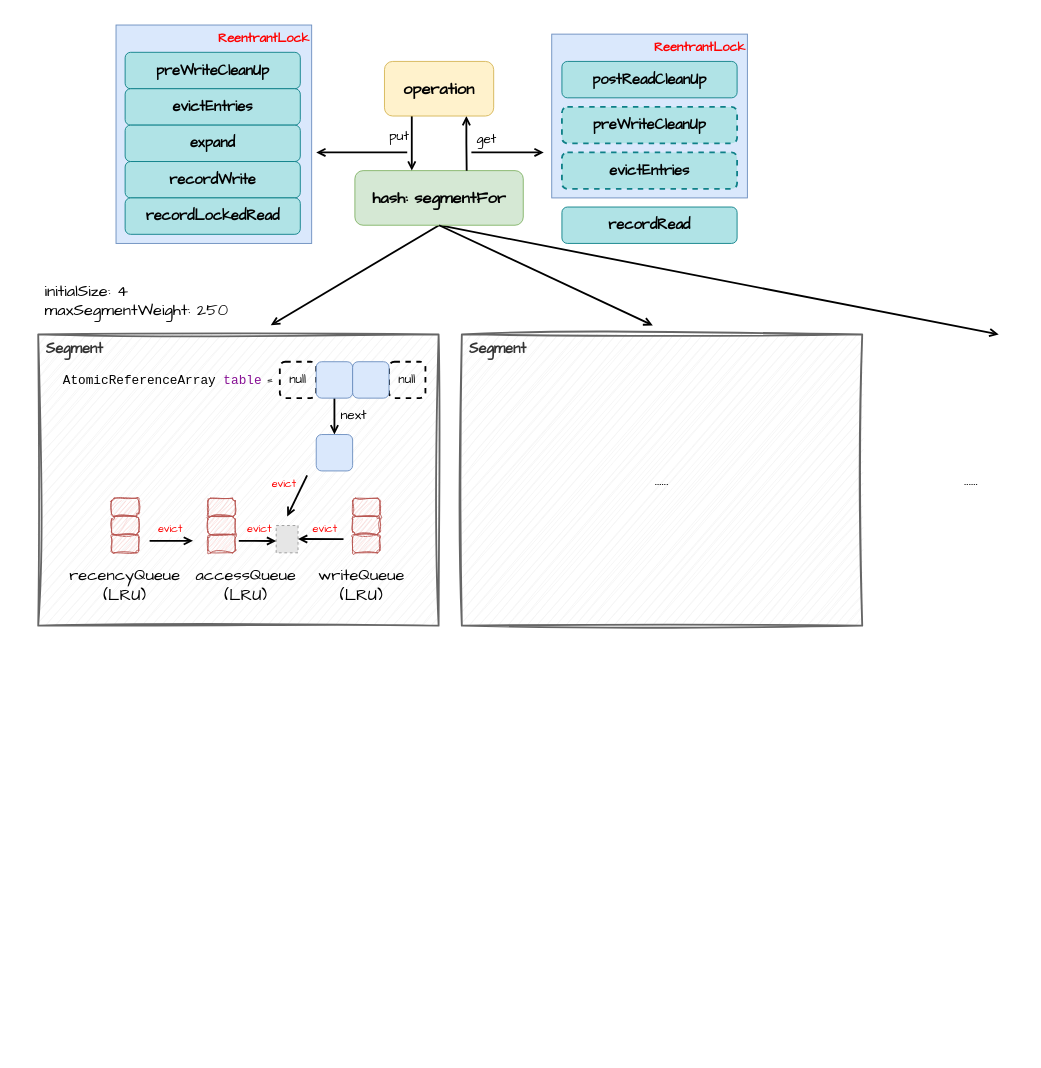
Before: src/main/resources/guavachache/guavacache.drawio in FangYuan33/how-much-do-you-know-about-cache, a draw.io diagram. Source tidied: cells renumbered, new cells numbered last; positions are measured from the earlier drawing's top-left corner, leaving out a move shared by most shapes. Both pictures are drawn from the tidied source at 91%, with x=0, y=0 at pixel (15, 15). Pictures stored in the file or linked from it are replaced by grey dashed boxes.
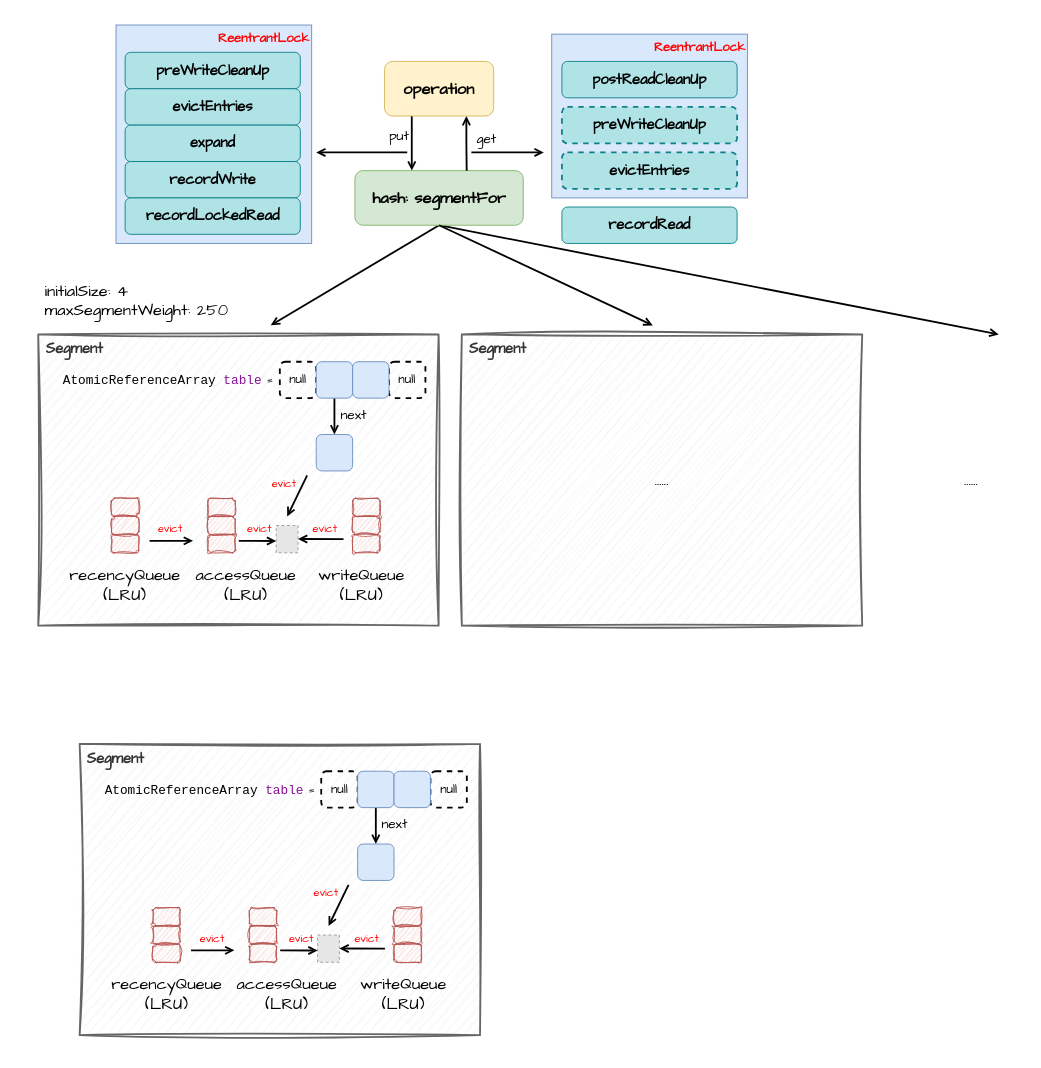
After the change.

Diff of the diagram source:
```diff
@@
+    <mxCell id="59" style="rounded=0;whiteSpace=wrap;html=1;strokeColor=none;" parent="1" vertex="1">
+      <mxGeometry x="50" y="790" width="480" height="350" as="geometry" />
+    </mxCell>
@@
+    <mxCell id="60" value="&lt;font style=&quot;font-size: 16px;&quot; face=&quot;Comic Sans MS&quot;&gt;&lt;b&gt;&amp;nbsp;Segment&lt;/b&gt;&lt;/font&gt;" style="rounded=0;whiteSpace=wrap;html=1;strokeWidth=2;fillColor=#f5f5f5;verticalAlign=top;align=left;strokeColor=#666666;sketch=1;curveFitting=1;jiggle=2;fontColor=#333333;" parent="1" vertex="1">
+      <mxGeometry x="70" y="800" width="440" height="320" as="geometry" />
+    </mxCell>
+    <mxCell id="61" style="rounded=1;whiteSpace=wrap;html=1;fillColor=#f8cecc;strokeColor=#b85450;sketch=1;curveFitting=1;jiggle=2;" parent="1" vertex="1">
+      <mxGeometry x="150.5" y="980" width="30" height="20" as="geometry" />
+    </mxCell>
+    <mxCell id="62" style="rounded=1;whiteSpace=wrap;html=1;fillColor=#f8cecc;strokeColor=#b85450;sketch=1;curveFitting=1;jiggle=2;" parent="1" vertex="1">
+      <mxGeometry x="150.5" y="1000" width="30" height="20" as="geometry" />
+    </mxCell>
+    <mxCell id="63" style="rounded=1;whiteSpace=wrap;html=1;fillColor=#f8cecc;strokeColor=#b85450;sketch=1;curveFitting=1;jiggle=2;" parent="1" vertex="1">
+      <mxGeometry x="150.5" y="1020" width="30" height="20" as="geometry" />
+    </mxCell>
+    <mxCell id="64" value="&lt;font face=&quot;Comic Sans MS&quot; style=&quot;font-size: 18px;&quot;&gt;recencyQueue&lt;/font&gt;&lt;div&gt;&lt;font face=&quot;Comic Sans MS&quot; style=&quot;font-size: 18px;&quot;&gt;(LRU)&lt;/font&gt;&lt;/div&gt;" style="text;html=1;strokeColor=none;fillColor=none;align=center;verticalAlign=middle;whiteSpace=wrap;rounded=0;" parent="1" vertex="1">
+      <mxGeometry x="105.5" y="1060" width="120" height="30" as="geometry" />
+    </mxCell>
+    <mxCell id="65" style="rounded=1;whiteSpace=wrap;html=1;fillColor=#f8cecc;strokeColor=#b85450;sketch=1;curveFitting=1;jiggle=2;" parent="1" vertex="1">
+      <mxGeometry x="256.5" y="980" width="30" height="20" as="geometry" />
+    </mxCell>
+    <mxCell id="66" style="rounded=1;whiteSpace=wrap;html=1;fillColor=#f8cecc;strokeColor=#b85450;sketch=1;curveFitting=1;jiggle=2;" parent="1" vertex="1">
+      <mxGeometry x="256.5" y="1000" width="30" height="20" as="geometry" />
+    </mxCell>
+    <mxCell id="67" style="rounded=1;whiteSpace=wrap;html=1;fillColor=#f8cecc;strokeColor=#b85450;sketch=1;curveFitting=1;jiggle=2;" parent="1" vertex="1">
+      <mxGeometry x="256.5" y="1020" width="30" height="20" as="geometry" />
+    </mxCell>
+    <mxCell id="68" value="&lt;font face=&quot;Comic Sans MS&quot; style=&quot;font-size: 18px;&quot;&gt;writeQueue&lt;/font&gt;&lt;div&gt;&lt;font face=&quot;Comic Sans MS&quot; style=&quot;font-size: 18px;&quot;&gt;(LRU)&lt;/font&gt;&lt;/div&gt;" style="text;html=1;strokeColor=none;fillColor=none;align=center;verticalAlign=middle;whiteSpace=wrap;rounded=0;" parent="1" vertex="1">
+      <mxGeometry x="365.5" y="1060" width="120" height="30" as="geometry" />
+    </mxCell>
+    <mxCell id="69" style="rounded=1;whiteSpace=wrap;html=1;fillColor=#f8cecc;strokeColor=#b85450;sketch=1;curveFitting=1;jiggle=2;" parent="1" vertex="1">
+      <mxGeometry x="415.5" y="980" width="30" height="20" as="geometry" />
+    </mxCell>
+    <mxCell id="70" style="rounded=1;whiteSpace=wrap;html=1;fillColor=#f8cecc;strokeColor=#b85450;sketch=1;curveFitting=1;jiggle=2;" parent="1" vertex="1">
+      <mxGeometry x="415.5" y="1000" width="30" height="20" as="geometry" />
+    </mxCell>
+    <mxCell id="71" style="rounded=1;whiteSpace=wrap;html=1;fillColor=#f8cecc;strokeColor=#b85450;sketch=1;curveFitting=1;jiggle=2;" parent="1" vertex="1">
+      <mxGeometry x="415.5" y="1020" width="30" height="20" as="geometry" />
+    </mxCell>
+    <mxCell id="72" value="&lt;font face=&quot;Comic Sans MS&quot; style=&quot;font-size: 18px;&quot;&gt;accessQueue&lt;/font&gt;&lt;div&gt;&lt;font face=&quot;Comic Sans MS&quot; style=&quot;font-size: 18px;&quot;&gt;(LRU)&lt;/font&gt;&lt;/div&gt;" style="text;html=1;strokeColor=none;fillColor=none;align=center;verticalAlign=middle;whiteSpace=wrap;rounded=0;" parent="1" vertex="1">
+      <mxGeometry x="238" y="1060" width="120" height="30" as="geometry" />
+    </mxCell>
+    <mxCell id="73" value="&lt;font style=&quot;font-size: 14px;&quot; face=&quot;Comic Sans MS&quot;&gt;null&lt;/font&gt;" style="rounded=1;whiteSpace=wrap;html=1;fillColor=none;align=center;verticalAlign=middle;strokeWidth=2;dashed=1;" parent="1" vertex="1">
+      <mxGeometry x="335.5" y="830" width="40" height="40" as="geometry" />
+    </mxCell>
+    <mxCell id="74" value="&lt;div&gt;&lt;font style=&quot;font-size: 14px;&quot;&gt;&lt;span style=&quot;font-family: &amp;quot;JetBrains Mono&amp;quot;, monospace;&quot;&gt;AtomicReferenceArray&lt;/span&gt;&lt;span style=&quot;color: rgb(8, 8, 8); font-family: &amp;quot;JetBrains Mono&amp;quot;, monospace;&quot;&gt;&amp;nbsp;&lt;/span&gt;&lt;span style=&quot;color: rgb(135, 16, 148); font-family: &amp;quot;JetBrains Mono&amp;quot;, monospace;&quot;&gt;table&lt;/span&gt;&lt;span style=&quot;text-align: center; font-family: &amp;quot;Comic Sans MS&amp;quot;;&quot;&gt;&amp;nbsp;=&amp;nbsp;&lt;/span&gt;&lt;/font&gt;&lt;/div&gt;" style="text;html=1;strokeColor=none;fillColor=none;align=left;verticalAlign=middle;whiteSpace=wrap;rounded=0;labelBackgroundColor=none;" parent="1" vertex="1">
+      <mxGeometry x="95.5" y="820" width="230" height="60" as="geometry" />
+    </mxCell>
+    <mxCell id="75" style="edgeStyle=orthogonalEdgeStyle;shape=connector;rounded=0;jettySize=auto;html=1;exitX=0.5;exitY=1;exitDx=0;exitDy=0;strokeColor=default;strokeWidth=2;align=center;verticalAlign=middle;fontFamily=Helvetica;fontSize=11;fontColor=default;labelBackgroundColor=default;endArrow=open;endFill=0;" parent="1" edge="1" source="77" target="78">
+      <mxGeometry relative="1" as="geometry" />
+    </mxCell>
+    <mxCell id="76" value="&lt;span&gt;&lt;font style=&quot;font-size: 15px;&quot; face=&quot;Comic Sans MS&quot;&gt;next&lt;/font&gt;&lt;/span&gt;" style="edgeLabel;html=1;align=center;verticalAlign=middle;fontFamily=Helvetica;fontSize=11;fontColor=default;labelBackgroundColor=none;" parent="75" vertex="1">
+      <mxGeometry x="-0.15" y="2" relative="1" as="geometry">
+        <mxPoint x="18" as="offset" />
+      </mxGeometry>
+    </mxCell>
+    <mxCell id="77" style="rounded=1;whiteSpace=wrap;html=1;fillColor=#dae8fc;strokeColor=#6c8ebf;align=center;verticalAlign=middle;" parent="1" vertex="1">
+      <mxGeometry x="375.5" y="830" width="40" height="40" as="geometry" />
+    </mxCell>
+    <mxCell id="78" style="rounded=1;whiteSpace=wrap;html=1;fillColor=#dae8fc;strokeColor=#6c8ebf;align=center;verticalAlign=middle;" parent="1" vertex="1">
+      <mxGeometry x="375.5" y="910" width="40" height="40" as="geometry" />
+    </mxCell>
+    <mxCell id="79" value="&lt;span style=&quot;font-family: &amp;quot;Comic Sans MS&amp;quot;; font-size: 14px;&quot;&gt;null&lt;/span&gt;" style="rounded=1;whiteSpace=wrap;html=1;fillColor=none;align=center;verticalAlign=middle;strokeWidth=2;dashed=1;" parent="1" vertex="1">
+      <mxGeometry x="455.5" y="830" width="40" height="40" as="geometry" />
+    </mxCell>
+    <mxCell id="80" style="rounded=1;whiteSpace=wrap;html=1;fillColor=#dae8fc;strokeColor=#6c8ebf;align=center;verticalAlign=middle;" parent="1" vertex="1">
+      <mxGeometry x="415.5" y="830" width="40" height="40" as="geometry" />
+    </mxCell>
+    <mxCell id="81" style="fillColor=#E6E6E6;strokeColor=#999999;dashed=1;verticalLabelPosition=bottom;labelBackgroundColor=default;verticalAlign=top;" parent="1" vertex="1">
+      <mxGeometry x="331.5" y="1010" width="24" height="30" as="geometry" />
+    </mxCell>
+    <mxCell id="82" value="&lt;font color=&quot;#ff0000&quot; style=&quot;font-size: 12px;&quot; face=&quot;Comic Sans MS&quot;&gt;evict&lt;/font&gt;" style="text;html=1;strokeColor=none;fillColor=none;align=center;verticalAlign=middle;whiteSpace=wrap;rounded=0;fontFamily=Helvetica;fontSize=11;fontColor=default;labelBackgroundColor=default;" parent="1" vertex="1">
+      <mxGeometry x="283.5" y="1000" width="60" height="30" as="geometry" />
+    </mxCell>
+    <mxCell id="83" style="edgeStyle=none;shape=connector;rounded=0;jettySize=auto;html=1;strokeColor=default;strokeWidth=2;align=center;verticalAlign=middle;fontFamily=Helvetica;fontSize=11;fontColor=default;labelBackgroundColor=default;endArrow=open;endFill=0;exitX=0.115;exitY=0.897;exitDx=0;exitDy=0;exitPerimeter=0;" parent="1" edge="1" source="82">
+      <mxGeometry relative="1" as="geometry">
+        <mxPoint x="331.5" y="1027" as="targetPoint" />
+      </mxGeometry>
+    </mxCell>
+    <mxCell id="84" value="&lt;font color=&quot;#ff0000&quot; style=&quot;font-size: 12px;&quot; face=&quot;Comic Sans MS&quot;&gt;evict&lt;/font&gt;" style="text;html=1;strokeColor=none;fillColor=none;align=center;verticalAlign=middle;whiteSpace=wrap;rounded=0;fontFamily=Helvetica;fontSize=11;fontColor=default;labelBackgroundColor=default;" parent="1" vertex="1">
+      <mxGeometry x="185.5" y="1000" width="60" height="30" as="geometry" />
+    </mxCell>
+    <mxCell id="85" style="edgeStyle=none;shape=connector;rounded=0;orthogonalLoop=1;jettySize=auto;html=1;strokeColor=default;strokeWidth=2;align=center;verticalAlign=middle;fontFamily=Helvetica;fontSize=11;fontColor=default;labelBackgroundColor=default;endArrow=open;endFill=0;exitX=0.115;exitY=0.897;exitDx=0;exitDy=0;exitPerimeter=0;entryX=0.91;entryY=0.893;entryDx=0;entryDy=0;entryPerimeter=0;" parent="1" edge="1" source="84" target="84">
+      <mxGeometry relative="1" as="geometry" />
+    </mxCell>
+    <mxCell id="86" style="edgeStyle=none;shape=connector;rounded=0;orthogonalLoop=1;jettySize=auto;html=1;strokeColor=default;strokeWidth=2;align=center;verticalAlign=middle;fontFamily=Helvetica;fontSize=11;fontColor=default;labelBackgroundColor=default;endArrow=none;endFill=0;exitX=0.115;exitY=0.897;exitDx=0;exitDy=0;exitPerimeter=0;startArrow=open;startFill=0;" parent="1" edge="1">
+      <mxGeometry relative="1" as="geometry">
+        <mxPoint x="355.5" y="1024.8" as="sourcePoint" />
+        <mxPoint x="405.5" y="1025" as="targetPoint" />
+      </mxGeometry>
+    </mxCell>
+    <mxCell id="87" value="&lt;font color=&quot;#ff0000&quot; style=&quot;font-size: 12px;&quot; face=&quot;Comic Sans MS&quot;&gt;evict&lt;/font&gt;" style="text;html=1;strokeColor=none;fillColor=none;align=center;verticalAlign=middle;whiteSpace=wrap;rounded=0;fontFamily=Helvetica;fontSize=11;fontColor=default;labelBackgroundColor=default;" parent="1" vertex="1">
+      <mxGeometry x="355.5" y="1000" width="60" height="30" as="geometry" />
+    </mxCell>
+    <mxCell id="88" style="edgeStyle=none;shape=connector;rounded=0;orthogonalLoop=1;jettySize=auto;html=1;strokeColor=default;strokeWidth=2;align=center;verticalAlign=middle;fontFamily=Helvetica;fontSize=11;fontColor=default;labelBackgroundColor=default;endArrow=open;endFill=0;" parent="1" edge="1">
+      <mxGeometry relative="1" as="geometry">
+        <mxPoint x="365.5" y="955" as="sourcePoint" />
+        <mxPoint x="343.6" y="1000" as="targetPoint" />
+      </mxGeometry>
+    </mxCell>
+    <mxCell id="89" value="&lt;font color=&quot;#ff0000&quot; style=&quot;font-size: 12px;&quot; face=&quot;Comic Sans MS&quot;&gt;evict&lt;/font&gt;" style="text;html=1;strokeColor=none;fillColor=none;align=center;verticalAlign=middle;whiteSpace=wrap;rounded=0;fontFamily=Helvetica;fontSize=11;fontColor=default;labelBackgroundColor=default;" parent="1" vertex="1">
+      <mxGeometry x="310.5" y="950" width="60" height="30" as="geometry" />
+    </mxCell>
```
